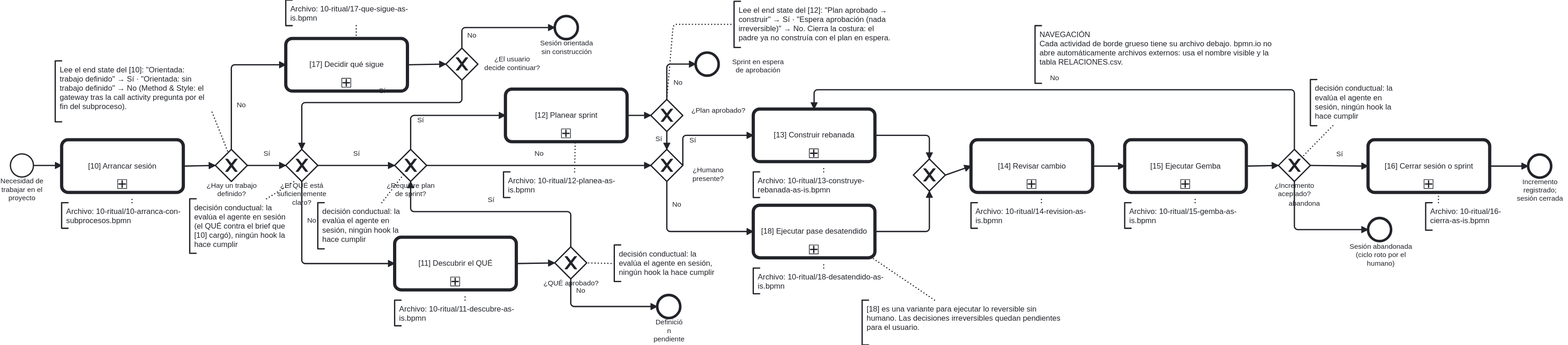
Earlier version of the BPMN export docs/atlas/render/01-operar-sesion-entregar-incremento.svg (ArmandoMedina/jidoka). Its source is kept beside it as docs/atlas/00-arquitectura/01-operar-sesion-entregar-incremento.bpmn. Ids are renumbered.
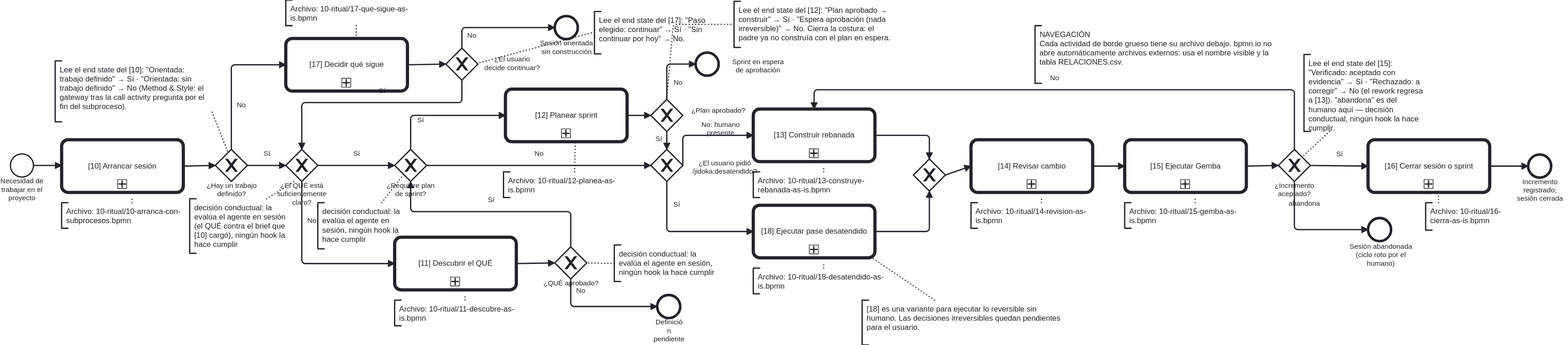
Later version of the same file.

Change to the diagram source:
```diff
@@ -65,7 +65,7 @@
     <bpmn:endEvent id="End_PlanEspera" name="Sprint en espera de aprobación">
       <bpmn:incoming>F_PlanOk_No</bpmn:incoming>
     </bpmn:endEvent>
-    <bpmn:exclusiveGateway id="Gateway_Humano" name="¿Humano presente?">
+    <bpmn:exclusiveGateway id="Gateway_Humano" name="¿El usuario pidió /jidoka:desatendido?">
       <bpmn:incoming>F_PlanOk_Si</bpmn:incoming>
       <bpmn:incoming>F_Plan_No</bpmn:incoming>
       <bpmn:outgoing>F_Hum_Si</bpmn:outgoing>
@@ -128,8 +128,8 @@
     <bpmn:sequenceFlow id="F_PlanOk_Si" name="Sí" sourceRef="Gateway_PlanAprobado" targetRef="Gateway_Humano" />
     <bpmn:sequenceFlow id="F_PlanOk_No" name="No" sourceRef="Gateway_PlanAprobado" targetRef="End_PlanEspera" />
     <bpmn:sequenceFlow id="F_Plan_No" name="No" sourceRef="Gateway_Plan" targetRef="Gateway_Humano" />
-    <bpmn:sequenceFlow id="F_Hum_Si" name="Sí" sourceRef="Gateway_Humano" targetRef="Call_Construye" />
-    <bpmn:sequenceFlow id="F_Hum_No" name="No" sourceRef="Gateway_Humano" targetRef="Call_Desatendido" />
+    <bpmn:sequenceFlow id="F_Hum_Si" name="No: humano presente" sourceRef="Gateway_Humano" targetRef="Call_Construye" />
+    <bpmn:sequenceFlow id="F_Hum_No" name="Sí" sourceRef="Gateway_Humano" targetRef="Call_Desatendido" />
     <bpmn:sequenceFlow id="F_Const_Join" sourceRef="Call_Construye" targetRef="Gateway_UnirConstruccion" />
     <bpmn:sequenceFlow id="F_Des_Join" sourceRef="Call_Desatendido" targetRef="Gateway_UnirConstruccion" />
     <bpmn:sequenceFlow id="F_Join_Review" sourceRef="Gateway_UnirConstruccion" targetRef="Call_Revisar" />
@@ -207,8 +207,12 @@
     </bpmn:textAnnotation>
     <bpmn:association id="Assoc_GwQueAprobado" sourceRef="Ann_GwQueAprobado" targetRef="Gateway_QueAprobado" />
     <bpmn:textAnnotation id="Ann_GwAceptado">
-      <bpmn:text>decisión conductual: la evalúa el agente en sesión, ningún hook la hace cumplir</bpmn:text>
+      <bpmn:text>Lee el end state del [15]: "Verificado: aceptado con evidencia" → Sí · "Rechazado: a corregir" → No (el rework regresa a [13]). "abandona" es del humano aquí — decisión conductual, ningún hook la hace cumplir.</bpmn:text>
     </bpmn:textAnnotation>
+    <bpmn:textAnnotation id="Ann_GwContinuar">
+      <bpmn:text>Lee el end state del [17]: "Paso elegido: continuar" → Sí · "Sin continuar por hoy" → No.</bpmn:text>
+    </bpmn:textAnnotation>
+    <bpmn:association id="Assoc_GwContinuar" sourceRef="Ann_GwContinuar" targetRef="Gateway_Continuar" />
     <bpmn:association id="Assoc_GwAceptado" sourceRef="Ann_GwAceptado" targetRef="Gateway_Aceptado" />
   </bpmn:process>
   <bpmndi:BPMNDiagram id="Diagram_01_OperarSesion">
@@ -255,7 +259,7 @@
       <bpmndi:BPMNShape id="Shape_Gateway_Humano" bpmnElement="Gateway_Humano" isMarkerVisible="true">
         <dc:Bounds x="1080" y="243" width="50" height="50" />
         <bpmndi:BPMNLabel>
-          <dc:Bounds x="1145" y="269" width="49" height="27" />
+          <dc:Bounds x="1138" y="258" width="115" height="42" />
         </bpmndi:BPMNLabel>
       </bpmndi:BPMNShape>
       <bpmndi:BPMNShape id="Shape_Call_Construye" bpmnElement="Call_Construye">
@@ -301,7 +305,7 @@
         <di:waypoint x="1424" y="411" />
       </bpmndi:BPMNEdge>
       <bpmndi:BPMNEdge id="Edge_Assoc_GwAceptado" bpmnElement="Assoc_GwAceptado">
-        <di:waypoint x="2145" y="206" />
+        <di:waypoint x="2140" y="215" />
         <di:waypoint x="2097" y="255" />
       </bpmndi:BPMNEdge>
       <bpmndi:BPMNShape id="Shape_Annotation_Call_Arranca" bpmnElement="Annotation_Call_Arranca">
@@ -449,7 +453,7 @@
         <di:waypoint x="1130" y="221" />
         <di:waypoint x="1240" y="221" />
         <bpmndi:BPMNLabel>
-          <dc:Bounds x="1140" y="222" width="11" height="14" />
+          <dc:Bounds x="1136" y="198" width="105" height="27" />
         </bpmndi:BPMNLabel>
       </bpmndi:BPMNEdge>
       <bpmndi:BPMNEdge id="Edge_F_Hum_No" bpmnElement="F_Hum_No">
@@ -540,6 +544,13 @@
         <di:waypoint x="2310" y="326" />
         <di:waypoint x="2310" y="310" />
       </bpmndi:BPMNEdge>
+      <bpmndi:BPMNShape id="Shape_Ann_GwContinuar" bpmnElement="Ann_GwContinuar">
+        <dc:Bounds x="992" y="28" width="200" height="66" />
+      </bpmndi:BPMNShape>
+      <bpmndi:BPMNEdge id="Edge_Assoc_GwContinuar" bpmnElement="Assoc_GwContinuar">
+        <di:waypoint x="992" y="60" />
+        <di:waypoint x="812" y="108" />
+      </bpmndi:BPMNEdge>
       <bpmndi:BPMNShape id="Shape_Ann_GwQueClaro" bpmnElement="Ann_GwQueClaro">
         <dc:Bounds x="360" y="320" width="165" height="85" />
       </bpmndi:BPMNShape>
@@ -564,7 +575,7 @@
         <dc:Bounds x="1410" y="478" width="330" height="70" />
       </bpmndi:BPMNShape>
       <bpmndi:BPMNShape id="Shape_Ann_GwAceptado" bpmnElement="Ann_GwAceptado">
-        <dc:Bounds x="2110" y="134" width="140" height="72" />
+        <dc:Bounds x="2100" y="95" width="195" height="120" />
       </bpmndi:BPMNShape>
     </bpmndi:BPMNPlane>
   </bpmndi:BPMNDiagram>
```
